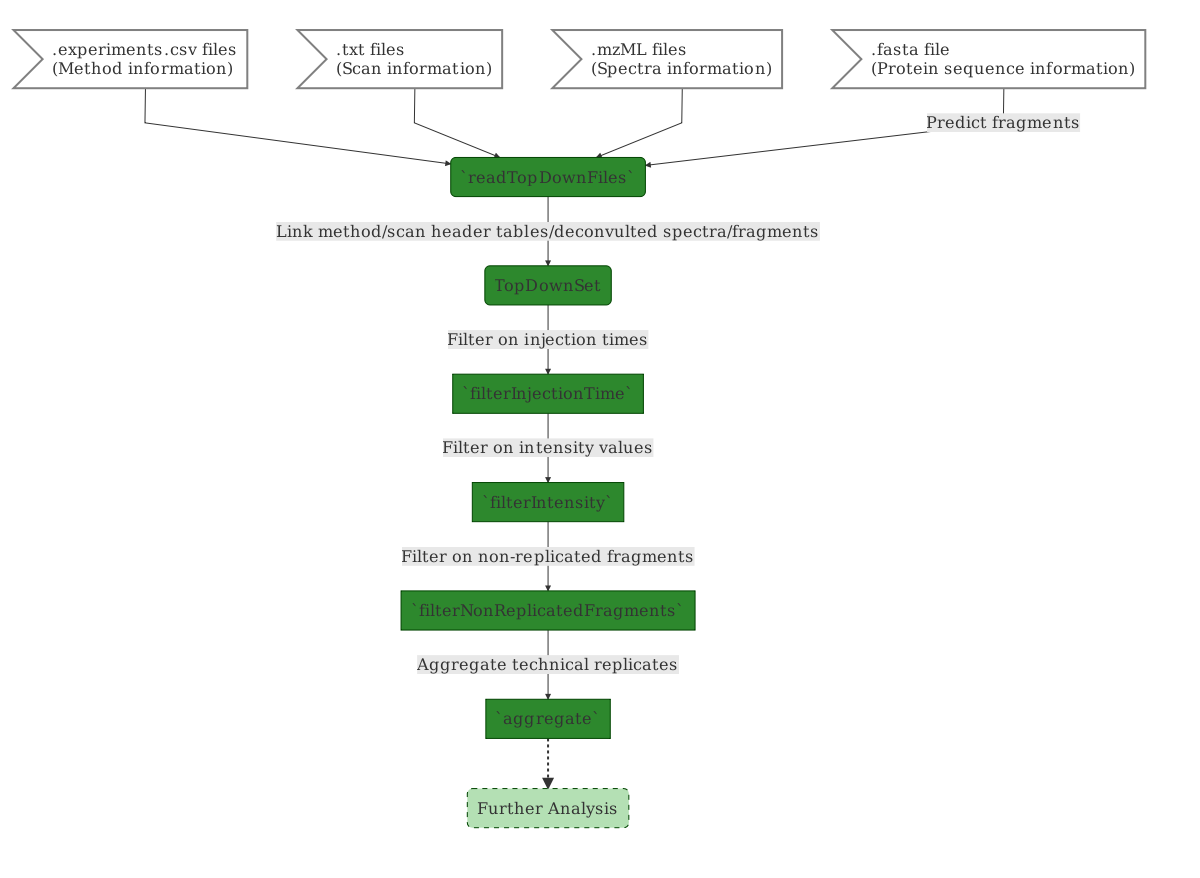
Earlier version of the Mermaid export vignettes/images/workflow/analysis.mmd.png (sgibb/topdownr). Its source is kept beside it as vignettes/images/workflow/analysis.mmd. Its diagram source:
```mermaid
graph TD

fCsv>".experiments.csv files<br/>(Method information)"]
fTxt>".txt files<br/>(Scan information)"]
fMzMl>".mzML files<br/>(Spectra information)"]
fFasta>".fasta file<br/>(Protein sequence information)"]

fCsv --> td(`readTopDownFiles`)
fTxt --> td
fMzMl --> td
fFasta -- Predict fragments  --> td
td -- Link method/scan header tables/deconvulted spectra/fragments --> tds(TopDownSet)

tds -- Filter on injection times --> fit[`filterInjectionTime`]
fit -- Filter on intensity values --> fiv[`filterIntensity`]
fiv -- Filter on non-replicated fragments --> fnf[`filterNonReplicatedFragments`]
fnf -- Aggregate technical replicates --> agg[`aggregate`]
agg -.-> analysis(Further Analysis)

classDef topdownrClass fill:#2D882D,stroke:#004400
classDef fileClass fill:#FFFFFF,stroke:#808080,stroke-width:2
classDef infoClass fill:#FFFFFF,stroke:#000000
classDef unknownClass fill:#B4E0B4,stroke:#004400,stroke-dasharray:5

class td,tds,fit,fiv,fnf,agg topdownrClass
class fFasta,fCsv,fTxt,fMzMl fileClass
class analysis unknownClass
```
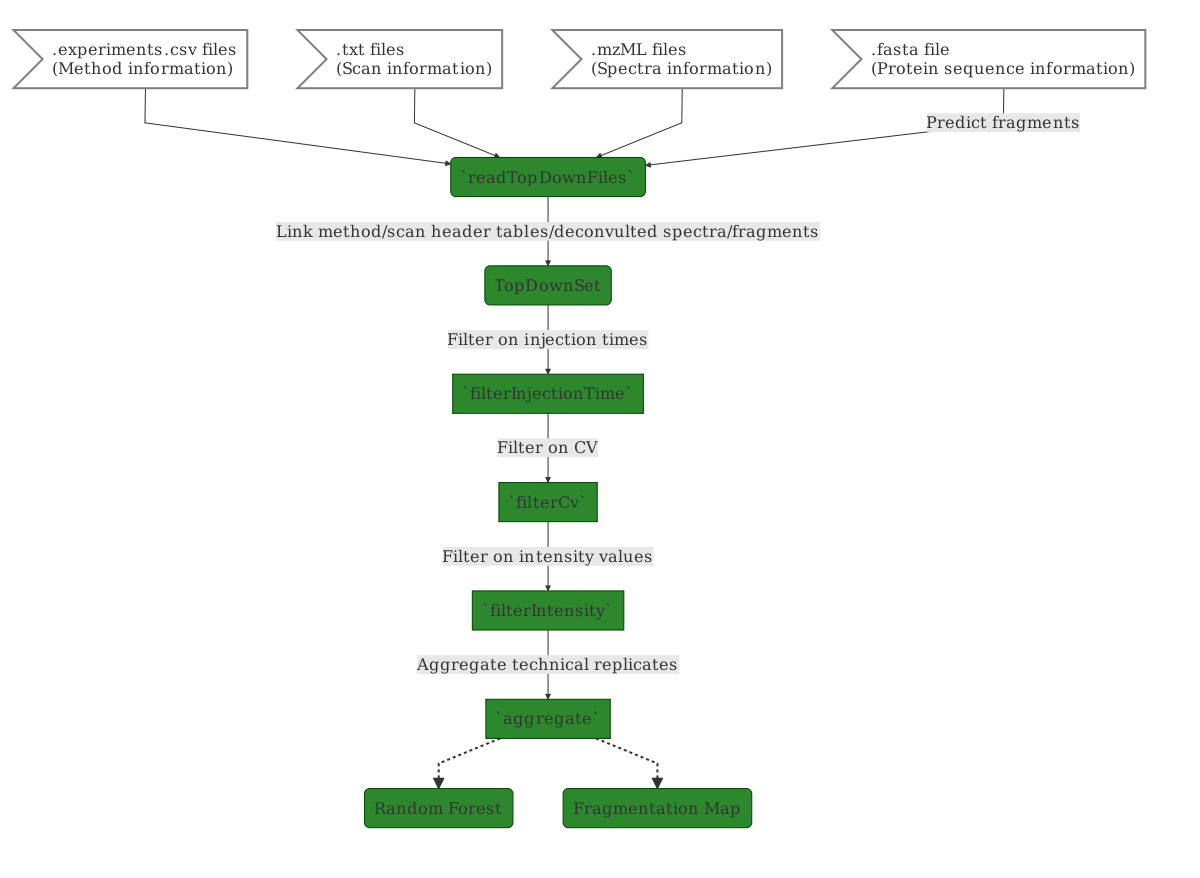
After the change.

Diff of the diagram source:
```diff
@@ -12,16 +12,16 @@
 td -- Link method/scan header tables/deconvulted spectra/fragments --> tds(TopDownSet)
 
 tds -- Filter on injection times --> fit[`filterInjectionTime`]
-fit -- Filter on intensity values --> fiv[`filterIntensity`]
-fiv -- Filter on non-replicated fragments --> fnf[`filterNonReplicatedFragments`]
-fnf -- Aggregate technical replicates --> agg[`aggregate`]
-agg -.-> analysis(Further Analysis)
+fit -- Filter on CV --> fcv[`filterCv`]
+fcv -- Filter on intensity values --> fiv[`filterIntensity`]
+fiv -- Aggregate technical replicates --> agg[`aggregate`]
+agg -.-> rf(Random Forest)
+agg -.-> fmap(Fragmentation Map)
 
 classDef topdownrClass fill:#2D882D,stroke:#004400
 classDef fileClass fill:#FFFFFF,stroke:#808080,stroke-width:2
 classDef infoClass fill:#FFFFFF,stroke:#000000
 classDef unknownClass fill:#B4E0B4,stroke:#004400,stroke-dasharray:5
 
-class td,tds,fit,fiv,fnf,agg topdownrClass
+class td,tds,fit,fcv,fiv,agg,rf,fmap topdownrClass
 class fFasta,fCsv,fTxt,fMzMl fileClass
-class analysis unknownClass
```
